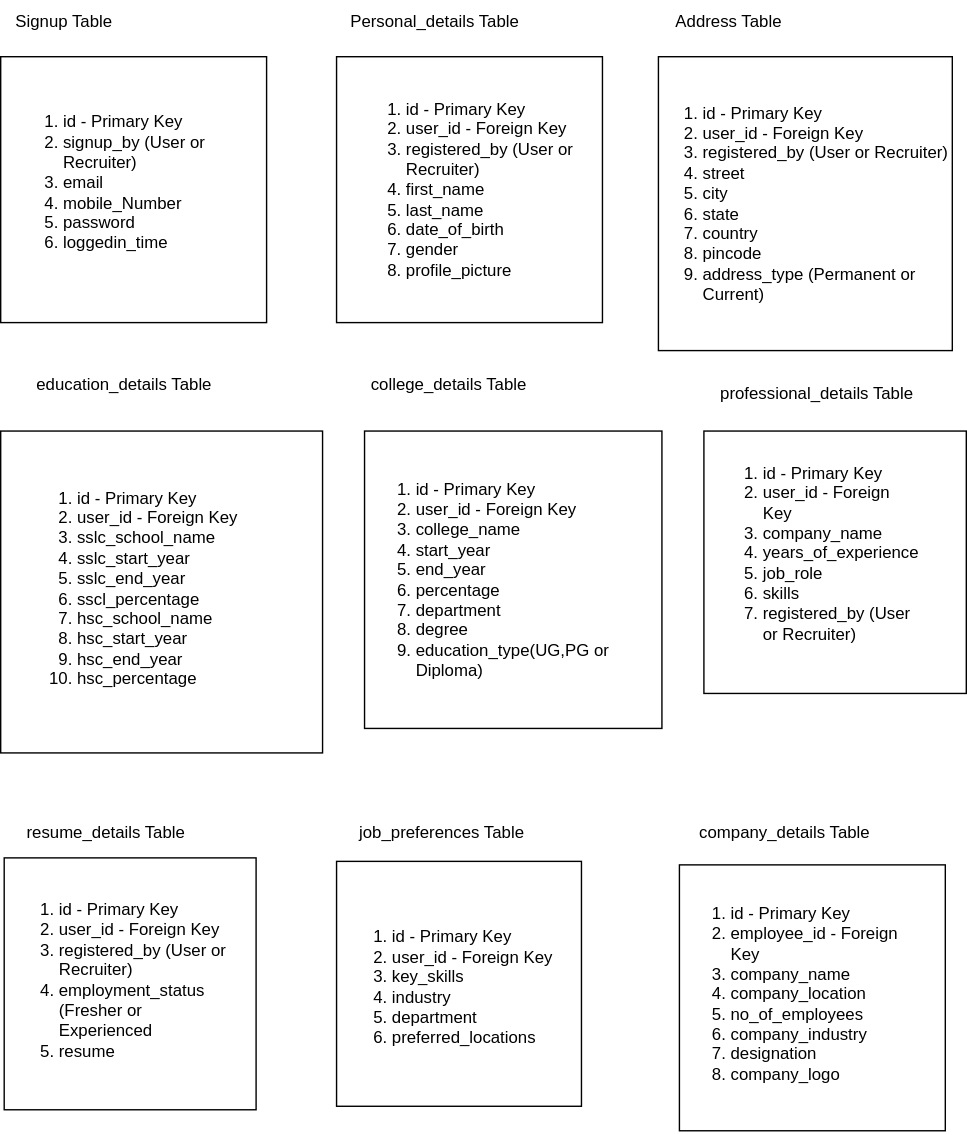
Above: fieldmaping.drawio.svg in JobPortal006/backend (draw.io), before the change. Source tidied: cells renumbered, new cells last; positions are measured from the earlier drawing's top-left corner, leaving out a move shared by most shapes.
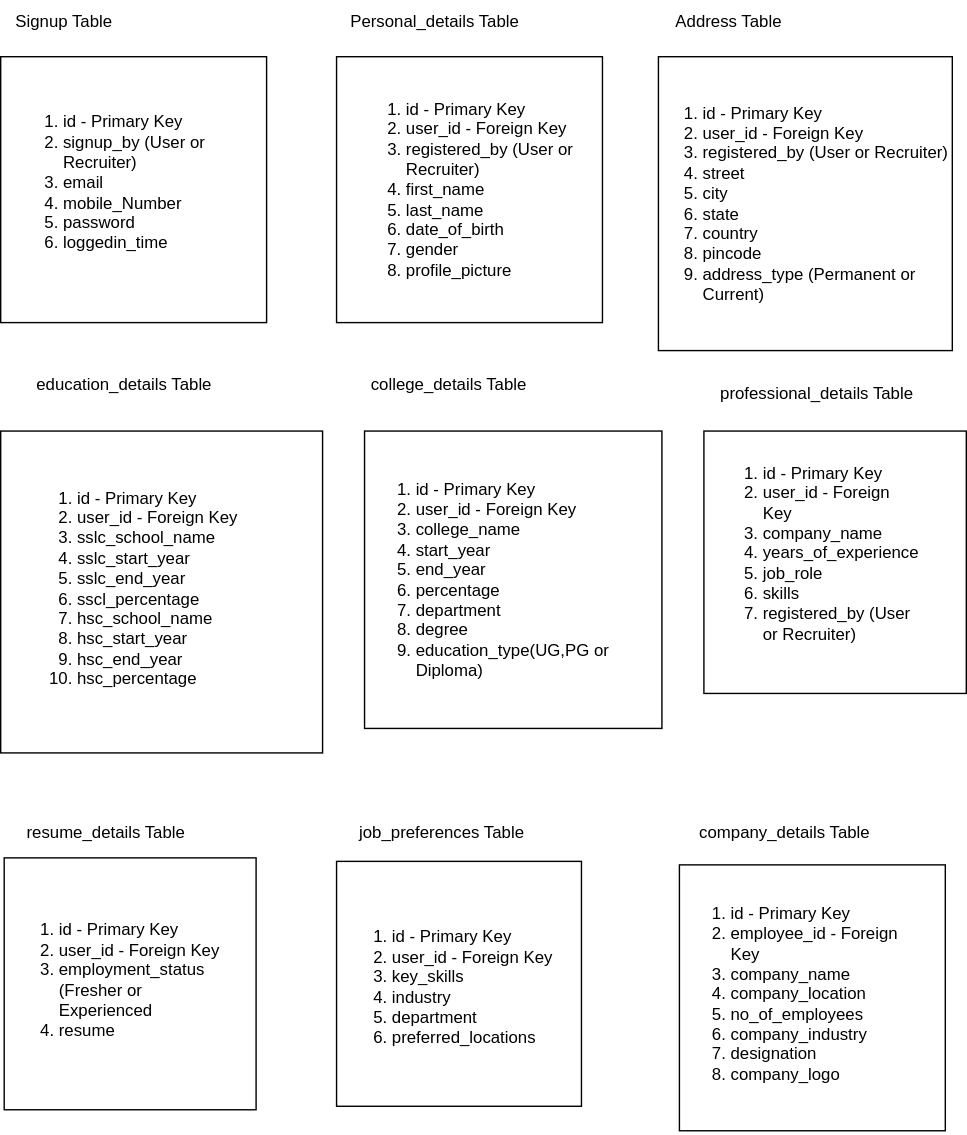
The same file after the commit.

What changed in the source:
```diff
@@ -44,7 +44,7 @@
     <mxCell id="15" style="whiteSpace=wrap;html=1;" parent="1" vertex="1">
       <mxGeometry x="2.5" y="612.5" width="180" height="180" as="geometry" />
     </mxCell>
-    <mxCell id="16" value="&lt;ol&gt;&lt;li&gt;id - Primary Key&lt;/li&gt;&lt;li&gt;user_id - Foreign Key&lt;/li&gt;&lt;li&gt;registered_by (User or Recruiter)&lt;/li&gt;&lt;li&gt;employment_status (Fresher or Experienced&lt;/li&gt;&lt;li&gt;resume&lt;/li&gt;&lt;/ol&gt;" style="text;strokeColor=none;fillColor=none;html=1;whiteSpace=wrap;verticalAlign=middle;overflow=hidden;" parent="1" vertex="1">
+    <mxCell id="16" value="&lt;ol&gt;&lt;li&gt;id - Primary Key&lt;/li&gt;&lt;li&gt;user_id - Foreign Key&lt;/li&gt;&lt;li&gt;employment_status (Fresher or Experienced&lt;/li&gt;&lt;li&gt;resume&lt;/li&gt;&lt;/ol&gt;" style="text;strokeColor=none;fillColor=none;html=1;whiteSpace=wrap;verticalAlign=middle;overflow=hidden;" parent="1" vertex="1">
       <mxGeometry y="615" width="162.5" height="170" as="geometry" />
     </mxCell>
     <mxCell id="17" value="professional_details Table" style="text;html=1;align=center;verticalAlign=middle;strokeColor=none;fillColor=none;" parent="1" vertex="1">
```
